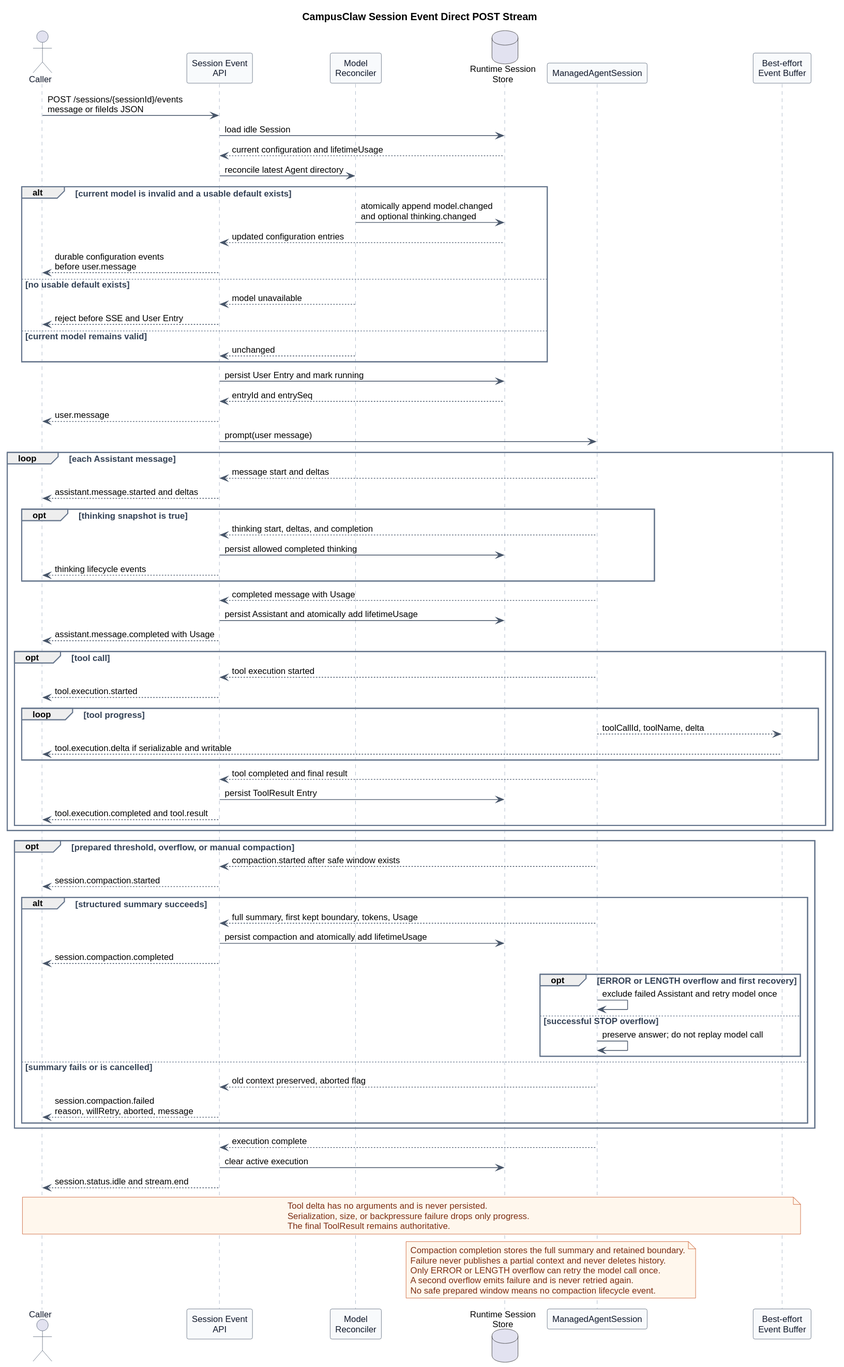
Above: pi-mono-java-manager-driven-multi-agent-runtime/diagrams/session-events/http_session_event_stream.svg in ssm0808/pi-mono-java-design (PlantUML), before the change.
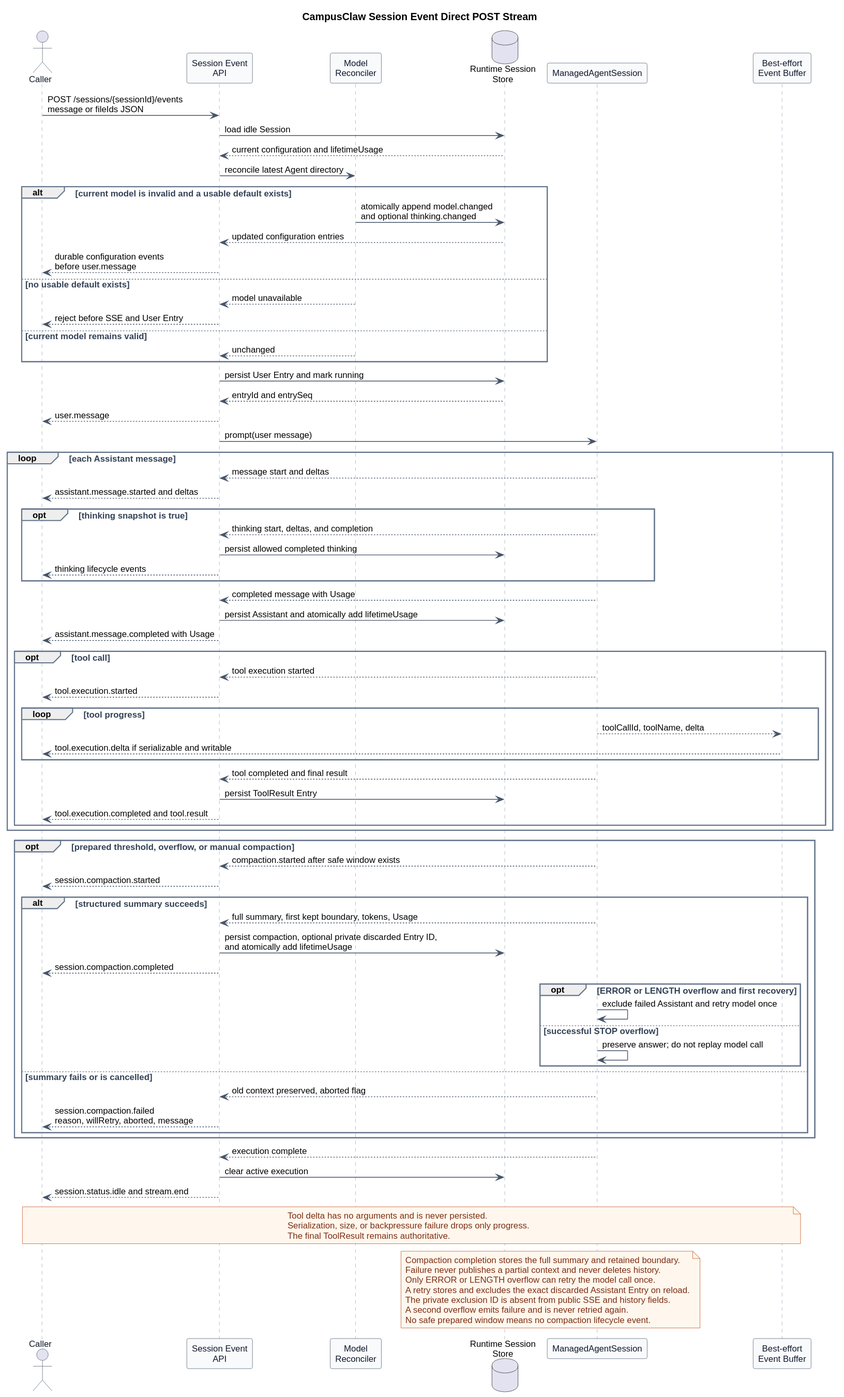
Later version of the same file.

The edit, as a diff of the source:
```diff
@@ -82,7 +82,7 @@
   API --> Caller : session.compaction.started
   alt structured summary succeeds
     Session --> API : full summary, first kept boundary, tokens, Usage
-    API -> Store : persist compaction and atomically add lifetimeUsage
+    API -> Store : persist compaction, optional private discarded Entry ID,\nand atomically add lifetimeUsage
     API --> Caller : session.compaction.completed
     opt ERROR or LENGTH overflow and first recovery
       Session -> Session : exclude failed Assistant and retry model once
@@ -109,6 +109,8 @@
 Compaction completion stores the full summary and retained boundary.
 Failure never publishes a partial context and never deletes history.
 Only ERROR or LENGTH overflow can retry the model call once.
+A retry stores and excludes the exact discarded Assistant Entry on reload.
+The private exclusion ID is absent from public SSE and history fields.
 A second overflow emits failure and is never retried again.
 No safe prepared window means no compaction lifecycle event.
 end note
```
